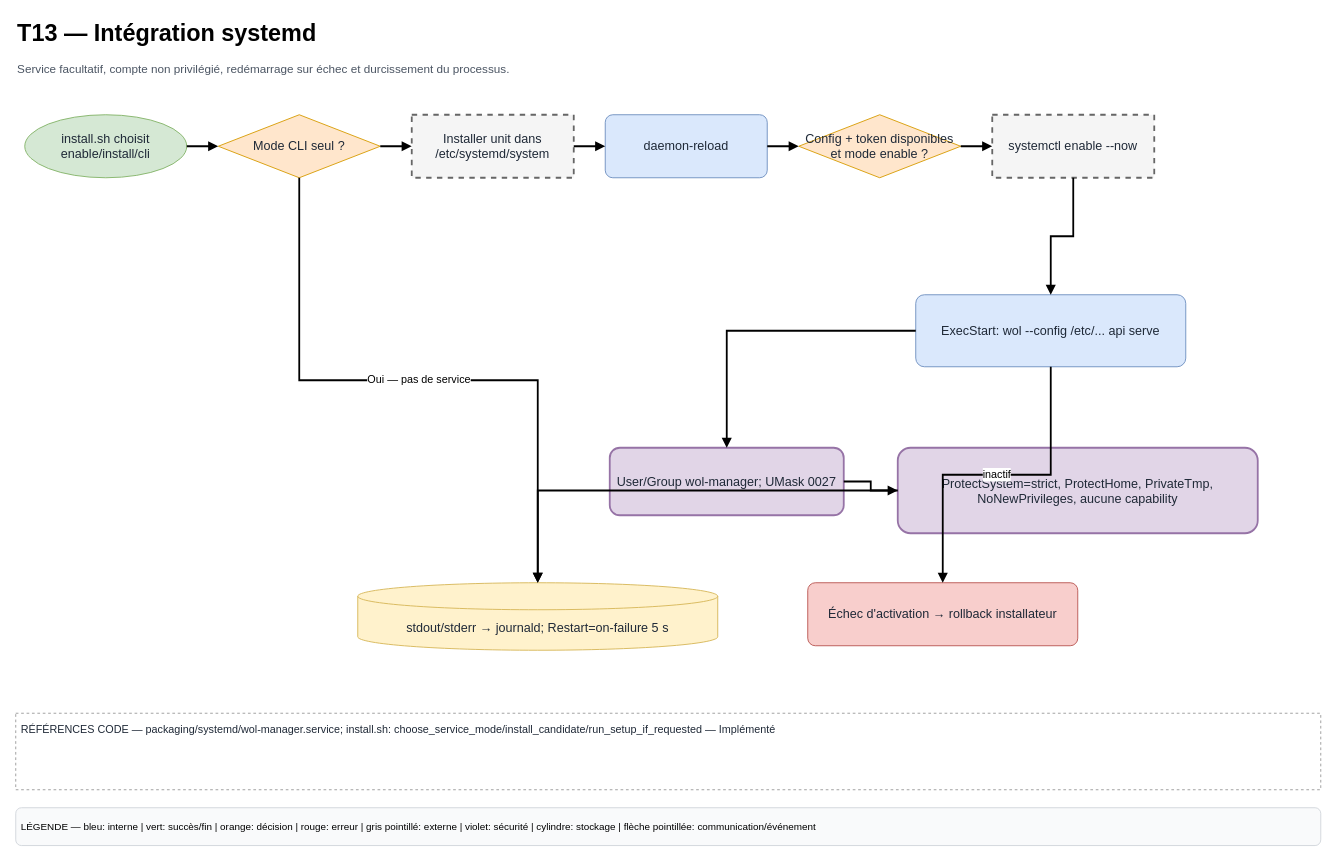
Above: page "T13 — systemd" (13 of 18) of docs/diagrams/WoL-Manager-Technique.drawio in HaasGa-Factory/WOL-Manager (draw.io), before the change. Source tidied: cells renumbered, new cells numbered last; positions are measured from the earlier drawing's top-left corner, leaving out a move shared by most shapes. Both pictures are drawn from the tidied source at 90%, with x=0, y=0 at pixel (15, 15).
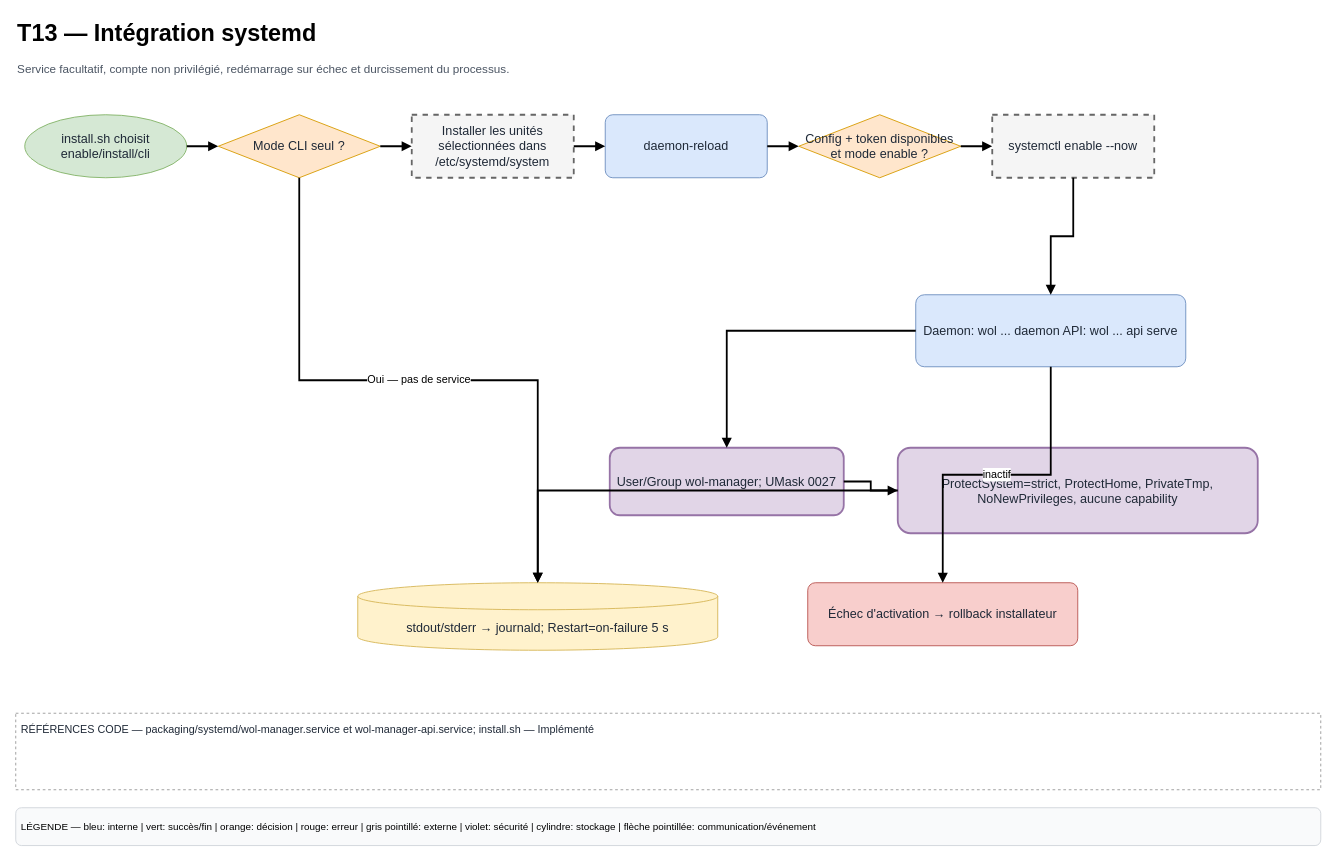
After the change.

What changed in the source:
```diff
@@
-    <mxCell id="5" value="RÉFÉRENCES CODE — packaging/systemd/wol-manager.service; install.sh: choose_service_mode/install_candidate/run_setup_if_requested — Implémenté" style="whiteSpace=wrap;html=1;fillColor=#ffffff;strokeColor=#999999;fontSize=14;fontColor=#1f2937;align=center;verticalAlign=middle;spacing=6;shadow=0;rounded=0;dashed=1;align=left;verticalAlign=top;fontSize=12;" parent="1" vertex="1">
+    <mxCell id="5" value="RÉFÉRENCES CODE — packaging/systemd/wol-manager.service et wol-manager-api.service; install.sh — Implémenté" style="whiteSpace=wrap;html=1;fillColor=#ffffff;strokeColor=#999999;fontSize=14;fontColor=#1f2937;align=center;verticalAlign=middle;spacing=6;shadow=0;rounded=0;dashed=1;align=left;verticalAlign=top;fontSize=12;" parent="1" vertex="1">
       <mxGeometry y="775" width="1450" height="85" as="geometry" />
     </mxCell>
@@
-    <mxCell id="8" value="Installer unit dans /etc/systemd/system" style="whiteSpace=wrap;html=1;fillColor=#f5f5f5;strokeColor=#666666;fontSize=14;fontColor=#1f2937;align=center;verticalAlign=middle;spacing=6;shadow=0;rounded=0;strokeWidth=2;dashed=1;" parent="1" vertex="1">
+    <mxCell id="8" value="Installer les unités sélectionnées dans /etc/systemd/system" style="whiteSpace=wrap;html=1;fillColor=#f5f5f5;strokeColor=#666666;fontSize=14;fontColor=#1f2937;align=center;verticalAlign=middle;spacing=6;shadow=0;rounded=0;strokeWidth=2;dashed=1;" parent="1" vertex="1">
       <mxGeometry x="440" y="110" width="180" height="70" as="geometry" />
     </mxCell>
@@
-    <mxCell id="12" value="ExecStart: wol --config /etc/... api serve" style="whiteSpace=wrap;html=1;fillColor=#dae8fc;strokeColor=#6c8ebf;fontSize=14;fontColor=#1f2937;align=center;verticalAlign=middle;spacing=6;shadow=0;rounded=1;arcSize=12;" parent="1" vertex="1">
+    <mxCell id="12" value="Daemon: wol ... daemon&amp;#xa;API: wol ... api serve" style="whiteSpace=wrap;html=1;fillColor=#dae8fc;strokeColor=#6c8ebf;fontSize=14;fontColor=#1f2937;align=center;verticalAlign=middle;spacing=6;shadow=0;rounded=1;arcSize=12;" parent="1" vertex="1">
       <mxGeometry x="1000" y="310" width="300" height="80" as="geometry" />
     </mxCell>
```
